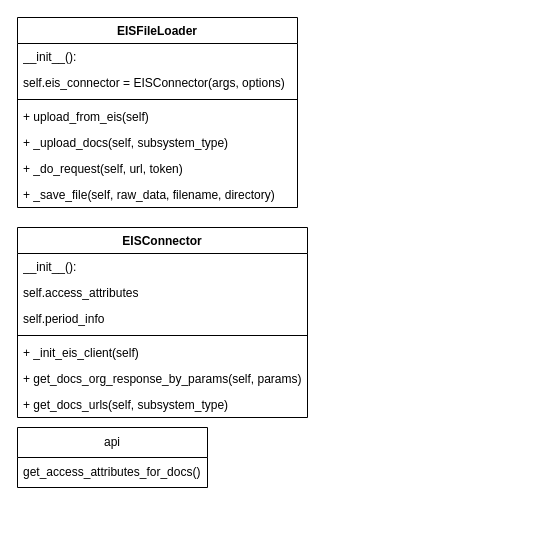
Above: EisFileLoader.drawio in YaroslavMestkovsky/EIS_upload (draw.io), before the change. Source tidied: cells renumbered, new cells numbered last; positions are measured from the earlier drawing's top-left corner, leaving out a move shared by most shapes. Both pictures are drawn from the tidied source at 100%, with x=0, y=0 at pixel (17, 17).
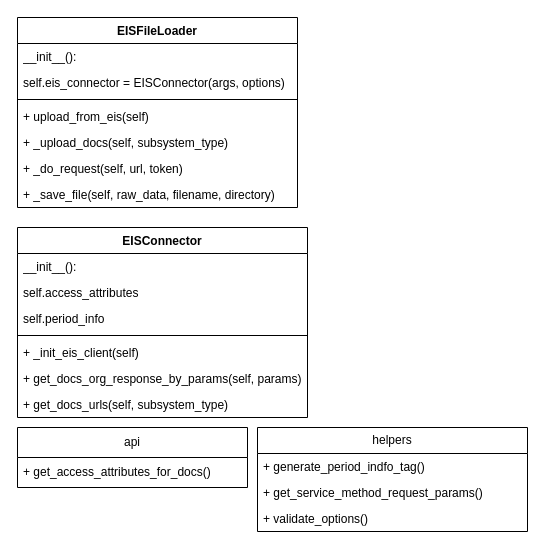
The same page after the edit.

Change to the diagram source:
```diff
@@
     <mxCell id="18" value="api" style="swimlane;fontStyle=0;horizontal=1;startSize=30;whiteSpace=wrap;html=1;" parent="1" vertex="1">
-      <mxGeometry y="410" width="190" height="60" as="geometry" />
+      <mxGeometry y="410" width="230" height="60" as="geometry" />
     </mxCell>
-    <mxCell id="19" value="get_access_attributes_for_docs()" style="text;strokeColor=none;fillColor=none;align=left;verticalAlign=middle;spacingLeft=4;spacingRight=4;overflow=hidden;whiteSpace=wrap;html=1;" parent="18" vertex="1">
-      <mxGeometry y="30" width="190" height="30" as="geometry" />
+    <mxCell id="19" value="+ get_access_attributes_for_docs()" style="text;strokeColor=none;fillColor=none;align=left;verticalAlign=middle;spacingLeft=4;spacingRight=4;overflow=hidden;whiteSpace=wrap;html=1;" parent="18" vertex="1">
+      <mxGeometry y="30" width="230" height="30" as="geometry" />
     </mxCell>
+    <mxCell id="20" value="helpers" style="swimlane;fontStyle=0;horizontal=1;startSize=26;fillColor=none;whiteSpace=wrap;html=1;" parent="1" vertex="1">
+      <mxGeometry x="240" y="410" width="270" height="104" as="geometry" />
+    </mxCell>
+    <mxCell id="21" value="+ generate_period_indfo_tag()" style="text;strokeColor=none;fillColor=none;align=left;verticalAlign=top;spacingLeft=4;spacingRight=4;overflow=hidden;whiteSpace=wrap;html=1;" parent="20" vertex="1">
+      <mxGeometry y="26" width="270" height="26" as="geometry" />
+    </mxCell>
+    <mxCell id="22" value="+ get_service_method_request_params()" style="text;strokeColor=none;fillColor=none;align=left;verticalAlign=top;spacingLeft=4;spacingRight=4;overflow=hidden;whiteSpace=wrap;html=1;" parent="20" vertex="1">
+      <mxGeometry y="52" width="270" height="26" as="geometry" />
+    </mxCell>
+    <mxCell id="23" value="+ validate_options()" style="text;strokeColor=none;fillColor=none;align=left;verticalAlign=top;spacingLeft=4;spacingRight=4;overflow=hidden;whiteSpace=wrap;html=1;" parent="20" vertex="1">
+      <mxGeometry y="78" width="270" height="26" as="geometry" />
+    </mxCell>
```
